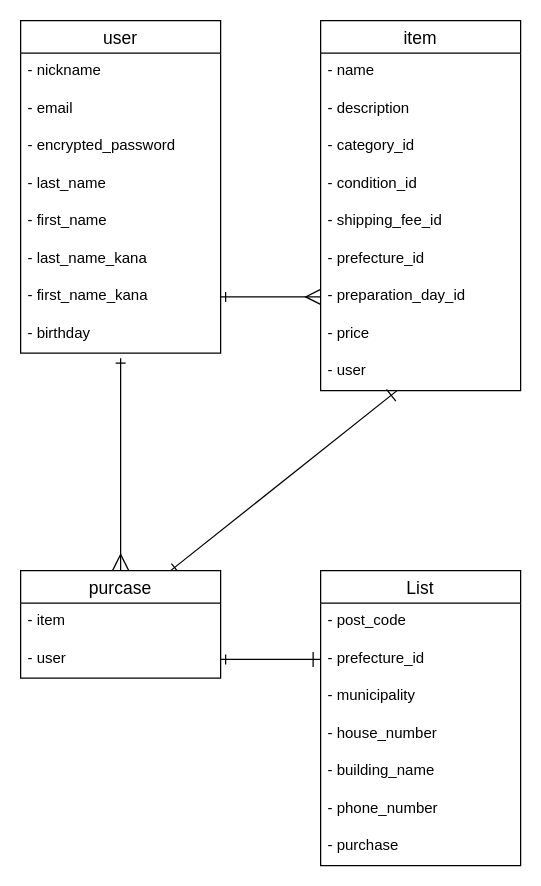
This is ir.dio from yanagi1111/furima-41476, a draw.io file, before an edit. Source tidied: cells renumbered, new cells numbered last; positions are measured from the earlier drawing's top-left corner, leaving out a move shared by most shapes. Both pictures are drawn from the tidied source at 125%, with x=0, y=0 at pixel (20, 20).
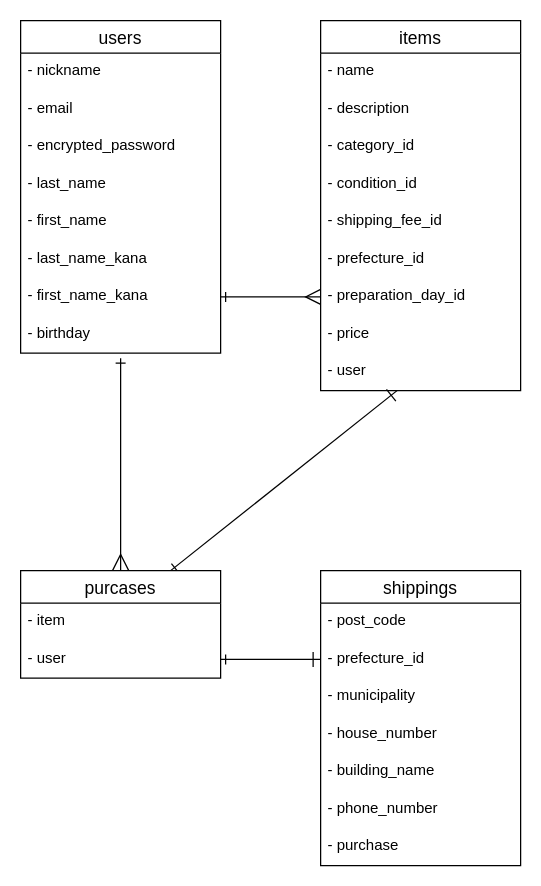
The same diagram, later.

What changed in the source:
```diff
@@
-    <mxCell id="2" value="user" style="swimlane;fontStyle=0;horizontal=1;startSize=26;align=center;fontSize=14;" parent="1" vertex="1">
+    <mxCell id="2" value="users" style="swimlane;fontStyle=0;horizontal=1;startSize=26;align=center;fontSize=14;" parent="1" vertex="1">
       <mxGeometry width="160" height="266" as="geometry" />
     </mxCell>
@@
-    <mxCell id="11" value="item" style="swimlane;fontStyle=0;horizontal=1;startSize=26;align=center;fontSize=14;" parent="1" vertex="1">
+    <mxCell id="11" value="items" style="swimlane;fontStyle=0;horizontal=1;startSize=26;align=center;fontSize=14;" parent="1" vertex="1">
       <mxGeometry x="240" width="160" height="296" as="geometry" />
     </mxCell>
@@
-    <mxCell id="22" value="purcase" style="swimlane;fontStyle=0;horizontal=1;startSize=26;align=center;fontSize=14;" parent="1" vertex="1">
+    <mxCell id="22" value="purcases" style="swimlane;fontStyle=0;horizontal=1;startSize=26;align=center;fontSize=14;" parent="1" vertex="1">
       <mxGeometry y="440" width="160" height="86" as="geometry" />
     </mxCell>
@@
-    <mxCell id="25" value="List" style="swimlane;fontStyle=0;horizontal=1;startSize=26;align=center;fontSize=14;" parent="1" vertex="1">
+    <mxCell id="25" value="shippings" style="swimlane;fontStyle=0;horizontal=1;startSize=26;align=center;fontSize=14;" parent="1" vertex="1">
       <mxGeometry x="240" y="440" width="160" height="236" as="geometry" />
     </mxCell>
```
